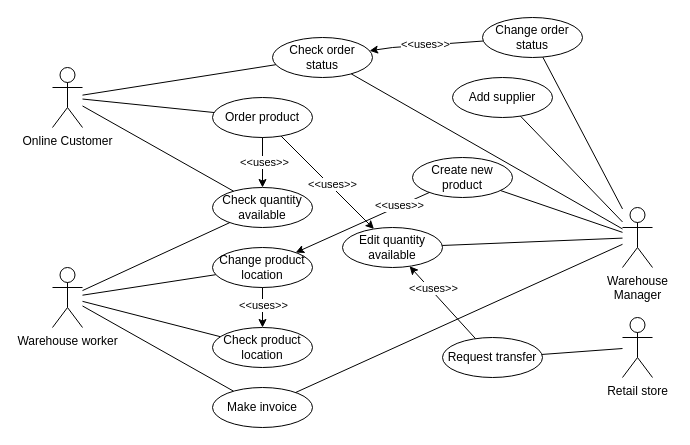
Before: UML Version 1.drawio in kezutah/CSE-111-Databases-Project, a draw.io diagram. Source tidied: cells renumbered, new cells numbered last; positions are measured from the earlier drawing's top-left corner, leaving out a move shared by most shapes. Both pictures are drawn from the tidied source at 100%, with x=0, y=0 at pixel (52, 17).
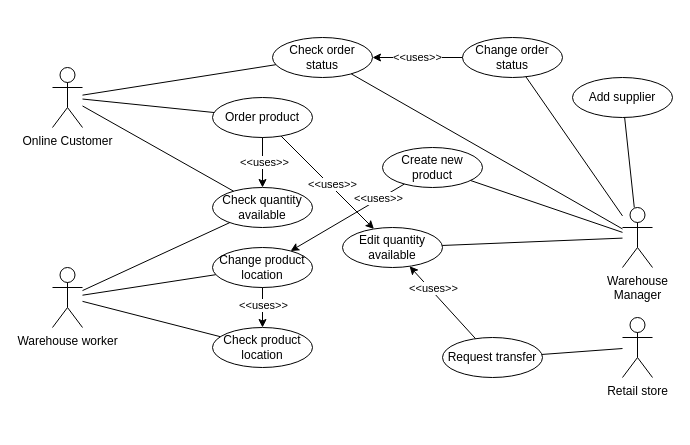
The same diagram, later.

The change refers to these unchanged cells:
```xml
<mxCell id="10" value="Warehouse worker" style="shape=umlActor;verticalLabelPosition=bottom;verticalAlign=top;html=1;outlineConnect=0;" parent="1" vertex="1">
  <mxGeometry y="250" width="30" height="60" as="geometry" />
</mxCell>
<mxCell id="19" value="Check order status" style="ellipse;whiteSpace=wrap;html=1;align=center;" parent="1" vertex="1">
  <mxGeometry x="220" y="20" width="100" height="40" as="geometry" />
</mxCell>
<mxCell id="23" value="Warehouse&lt;br&gt;Manager" style="shape=umlActor;verticalLabelPosition=bottom;verticalAlign=top;html=1;outlineConnect=0;" parent="1" vertex="1">
  <mxGeometry x="570" y="190" width="30" height="60" as="geometry" />
</mxCell>
```

What changed in the source:
```diff
@@
-    <mxCell id="12" style="endArrow=none;html=1;rounded=0;" parent="1" edge="1" source="10" target="22">
-      <mxGeometry relative="1" as="geometry" />
-    </mxCell>
@@
-    <mxCell id="22" value="Make invoice" style="ellipse;whiteSpace=wrap;html=1;align=center;" parent="1" vertex="1">
-      <mxGeometry x="160" y="370" width="100" height="40" as="geometry" />
-    </mxCell>
@@
-    <mxCell id="24" style="endArrow=none;html=1;rounded=0;" parent="1" edge="1" source="22" target="23">
-      <mxGeometry relative="1" as="geometry" />
-    </mxCell>
@@
     <mxCell id="26" value="Change order status" style="ellipse;whiteSpace=wrap;html=1;align=center;" parent="1" vertex="1">
-      <mxGeometry x="430" width="100" height="40" as="geometry" />
+      <mxGeometry x="410" y="20" width="100" height="40" as="geometry" />
     </mxCell>
     <mxCell id="27" style="endArrow=classic;html=1;rounded=0;startArrow=none;startFill=0;endFill=1;" parent="1" edge="1" source="26" target="19">
-      <mxGeometry relative="1" as="geometry">
-        <Array as="points">
-          <mxPoint x="340" y="30" />
-        </Array>
-      </mxGeometry>
+      <mxGeometry relative="1" as="geometry" />
     </mxCell>
@@
     <mxCell id="35" value="Add supplier" style="ellipse;whiteSpace=wrap;html=1;align=center;" parent="1" vertex="1">
-      <mxGeometry x="400" y="60" width="100" height="40" as="geometry" />
+      <mxGeometry x="520" y="60" width="100" height="40" as="geometry" />
     </mxCell>
@@
     <mxCell id="37" value="Create new product" style="ellipse;whiteSpace=wrap;html=1;align=center;" parent="1" vertex="1">
-      <mxGeometry x="360" y="140" width="100" height="40" as="geometry" />
+      <mxGeometry x="330" y="130" width="100" height="40" as="geometry" />
     </mxCell>
```
